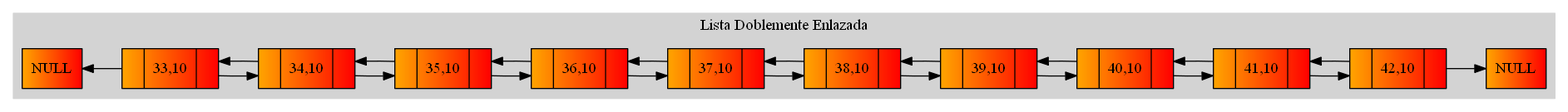
Earlier version of the Graphviz export graficaLD.png (Tiago-130414/EDD_1S2019_P1_201313722). Its source is kept beside it as graficaLD.dot.
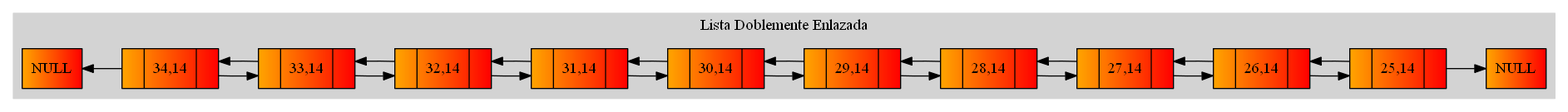
The same file after the commit.

Change to the diagram source:
```diff
@@ -6,37 +6,37 @@
 color = lightgrey;
 node[shape=record];
 NodoPN[label="NULL"style = filled, fillcolor = "orange:red"];
-Nodo33C10[label="{ |33,10| }"style = filled, fillcolor = "orange:red"];
-Nodo34C10[label="{ |34,10| }"style = filled, fillcolor = "orange:red"];
-Nodo35C10[label="{ |35,10| }"style = filled, fillcolor = "orange:red"];
-Nodo36C10[label="{ |36,10| }"style = filled, fillcolor = "orange:red"];
-Nodo37C10[label="{ |37,10| }"style = filled, fillcolor = "orange:red"];
-Nodo38C10[label="{ |38,10| }"style = filled, fillcolor = "orange:red"];
-Nodo39C10[label="{ |39,10| }"style = filled, fillcolor = "orange:red"];
-Nodo40C10[label="{ |40,10| }"style = filled, fillcolor = "orange:red"];
-Nodo41C10[label="{ |41,10| }"style = filled, fillcolor = "orange:red"];
-Nodo42C10[label="{ |42,10| }"style = filled, fillcolor = "orange:red"];
+Nodo34C14[label="{ |34,14| }"style = filled, fillcolor = "orange:red"];
+Nodo33C14[label="{ |33,14| }"style = filled, fillcolor = "orange:red"];
+Nodo32C14[label="{ |32,14| }"style = filled, fillcolor = "orange:red"];
+Nodo31C14[label="{ |31,14| }"style = filled, fillcolor = "orange:red"];
+Nodo30C14[label="{ |30,14| }"style = filled, fillcolor = "orange:red"];
+Nodo29C14[label="{ |29,14| }"style = filled, fillcolor = "orange:red"];
+Nodo28C14[label="{ |28,14| }"style = filled, fillcolor = "orange:red"];
+Nodo27C14[label="{ |27,14| }"style = filled, fillcolor = "orange:red"];
+Nodo26C14[label="{ |26,14| }"style = filled, fillcolor = "orange:red"];
+Nodo25C14[label="{ |25,14| }"style = filled, fillcolor = "orange:red"];
 NodoUN[label="NULL"style = filled, fillcolor = "orange:red"];
-NodoPN->Nodo33C10[dir=back];
-Nodo33C10->Nodo34C10;
-Nodo34C10->Nodo33C10;
-Nodo34C10->Nodo35C10;
-Nodo35C10->Nodo34C10;
-Nodo35C10->Nodo36C10;
-Nodo36C10->Nodo35C10;
-Nodo36C10->Nodo37C10;
-Nodo37C10->Nodo36C10;
-Nodo37C10->Nodo38C10;
-Nodo38C10->Nodo37C10;
-Nodo38C10->Nodo39C10;
-Nodo39C10->Nodo38C10;
-Nodo39C10->Nodo40C10;
-Nodo40C10->Nodo39C10;
-Nodo40C10->Nodo41C10;
-Nodo41C10->Nodo40C10;
-Nodo41C10->Nodo42C10;
-Nodo42C10->Nodo41C10;
-Nodo42C10->NodoUN;
+NodoPN->Nodo34C14[dir=back];
+Nodo34C14->Nodo33C14;
+Nodo33C14->Nodo34C14;
+Nodo33C14->Nodo32C14;
+Nodo32C14->Nodo33C14;
+Nodo32C14->Nodo31C14;
+Nodo31C14->Nodo32C14;
+Nodo31C14->Nodo30C14;
+Nodo30C14->Nodo31C14;
+Nodo30C14->Nodo29C14;
+Nodo29C14->Nodo30C14;
+Nodo29C14->Nodo28C14;
+Nodo28C14->Nodo29C14;
+Nodo28C14->Nodo27C14;
+Nodo27C14->Nodo28C14;
+Nodo27C14->Nodo26C14;
+Nodo26C14->Nodo27C14;
+Nodo26C14->Nodo25C14;
+Nodo25C14->Nodo26C14;
+Nodo25C14->NodoUN;
 label = "Lista Doblemente Enlazada";
 }
 }
```
